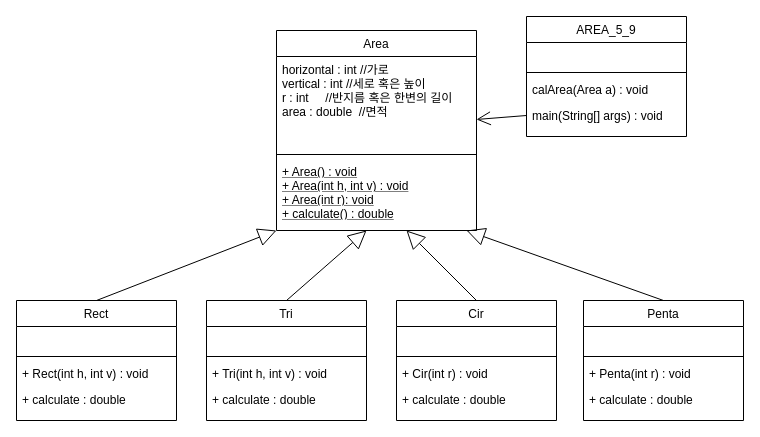
This is 5-9.drawio from skatld123/NSH, a draw.io file, before an edit. Source tidied: cells renumbered, new cells numbered last; positions are measured from the earlier drawing's top-left corner, leaving out a move shared by most shapes. Both pictures are drawn from the tidied source at 100%, with x=0, y=0 at pixel (16, 16).
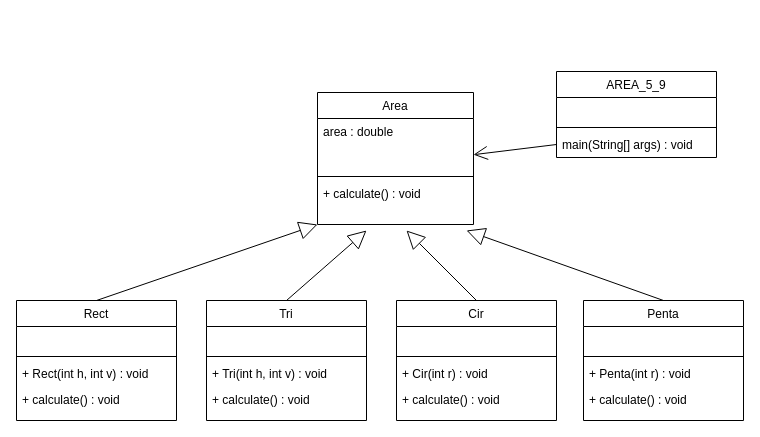
The same diagram, later.

Unchanged cells that the change refers to:
```xml
<mxCell id="9" value="Rect" style="swimlane;fontStyle=0;align=center;verticalAlign=top;horizontal=1;startSize=26;rounded=0;shadow=0;strokeWidth=1;" parent="1" vertex="1">
  <mxGeometry y="284" width="160" height="120" as="geometry" />
</mxCell>
<mxCell id="14" value="Penta" style="swimlane;fontStyle=0;align=center;verticalAlign=top;horizontal=1;startSize=26;rounded=0;shadow=0;strokeWidth=1;" parent="1" vertex="1">
  <mxGeometry x="567" y="284" width="160" height="120" as="geometry" />
</mxCell>
<mxCell id="19" value="Cir" style="swimlane;fontStyle=0;align=center;verticalAlign=top;horizontal=1;startSize=26;rounded=0;shadow=0;strokeWidth=1;" parent="1" vertex="1">
  <mxGeometry x="380" y="284" width="160" height="120" as="geometry" />
</mxCell>
<mxCell id="24" value="Tri" style="swimlane;fontStyle=0;align=center;verticalAlign=top;horizontal=1;startSize=26;rounded=0;shadow=0;strokeWidth=1;" parent="1" vertex="1">
  <mxGeometry x="190" y="284" width="160" height="120" as="geometry" />
</mxCell>
```

Change to the diagram source:
```diff
@@
     <mxCell id="2" value="Area" style="swimlane;fontStyle=0;align=center;verticalAlign=top;horizontal=1;startSize=26;rounded=0;shadow=0;strokeWidth=1;" parent="1" vertex="1">
-      <mxGeometry x="260" y="14" width="200" height="200" as="geometry" />
+      <mxGeometry x="301" y="76" width="156" height="132" as="geometry" />
     </mxCell>
-    <mxCell id="3" value="horizontal : int //가로&#10;vertical : int //세로 혹은 높이&#10;r : int     //반지름 혹은 한변의 길이&#10;area : double  //면적" style="text;align=left;verticalAlign=top;spacingLeft=4;spacingRight=4;overflow=hidden;points=[[0,0.5],[1,0.5]];portConstraint=eastwest;" parent="2" vertex="1">
-      <mxGeometry y="26" width="200" height="94" as="geometry" />
+    <mxCell id="3" value="area : double" style="text;align=left;verticalAlign=top;spacingLeft=4;spacingRight=4;overflow=hidden;points=[[0,0.5],[1,0.5]];portConstraint=eastwest;" parent="2" vertex="1">
+      <mxGeometry y="26" width="156" height="54" as="geometry" />
     </mxCell>
     <mxCell id="4" style="line;html=1;strokeWidth=1;align=left;verticalAlign=middle;spacingTop=-1;spacingLeft=3;spacingRight=3;labelPosition=right;" parent="2" vertex="1">
-      <mxGeometry y="120" width="200" height="8" as="geometry" />
+      <mxGeometry y="80" width="156" height="8" as="geometry" />
     </mxCell>
-    <mxCell id="5" value="+ Area() : void" style="text;align=left;verticalAlign=top;spacingLeft=4;spacingRight=4;overflow=hidden;fontStyle=4;" parent="2" vertex="1">
-      <mxGeometry y="128" width="200" height="14" as="geometry" />
-    </mxCell>
-    <mxCell id="6" value="+ Area(int h, int v) : void" style="text;align=left;verticalAlign=top;spacingLeft=4;spacingRight=4;overflow=hidden;fontStyle=4;" parent="2" vertex="1">
-      <mxGeometry y="142" width="200" height="14" as="geometry" />
-    </mxCell>
-    <mxCell id="7" value="+ Area(int r): void" style="text;align=left;verticalAlign=top;spacingLeft=4;spacingRight=4;overflow=hidden;fontStyle=4;" parent="2" vertex="1">
-      <mxGeometry y="156" width="200" height="14" as="geometry" />
-    </mxCell>
-    <mxCell id="8" value="+ calculate() : double" style="text;align=left;verticalAlign=top;spacingLeft=4;spacingRight=4;overflow=hidden;fontStyle=4;" parent="2" vertex="1">
-      <mxGeometry y="170" width="200" height="14" as="geometry" />
+    <mxCell id="8" value="+ calculate() : void" style="text;align=left;verticalAlign=top;spacingLeft=4;spacingRight=4;overflow=hidden;fontStyle=0;" parent="2" vertex="1">
+      <mxGeometry y="88" width="156" height="36" as="geometry" />
     </mxCell>
@@
-    <mxCell id="13" value="+ calculate : double" style="text;align=left;verticalAlign=top;spacingLeft=4;spacingRight=4;overflow=hidden;" parent="9" vertex="1">
+    <mxCell id="13" value="+ calculate() : void" style="text;align=left;verticalAlign=top;spacingLeft=4;spacingRight=4;overflow=hidden;" parent="9" vertex="1">
       <mxGeometry y="86" width="160" height="26" as="geometry" />
     </mxCell>
@@
-    <mxCell id="18" value="+ calculate : double" style="text;align=left;verticalAlign=top;spacingLeft=4;spacingRight=4;overflow=hidden;" parent="14" vertex="1">
+    <mxCell id="18" value="+ calculate() : void" style="text;align=left;verticalAlign=top;spacingLeft=4;spacingRight=4;overflow=hidden;" parent="14" vertex="1">
       <mxGeometry y="86" width="160" height="26" as="geometry" />
     </mxCell>
@@
-    <mxCell id="23" value="+ calculate : double" style="text;align=left;verticalAlign=top;spacingLeft=4;spacingRight=4;overflow=hidden;" parent="19" vertex="1">
+    <mxCell id="23" value="+ calculate() : void" style="text;align=left;verticalAlign=top;spacingLeft=4;spacingRight=4;overflow=hidden;" parent="19" vertex="1">
       <mxGeometry y="86" width="160" height="26" as="geometry" />
     </mxCell>
@@
-    <mxCell id="28" value="+ calculate : double" style="text;align=left;verticalAlign=top;spacingLeft=4;spacingRight=4;overflow=hidden;" parent="24" vertex="1">
+    <mxCell id="28" value="+ calculate() : void" style="text;align=left;verticalAlign=top;spacingLeft=4;spacingRight=4;overflow=hidden;" parent="24" vertex="1">
       <mxGeometry y="86" width="160" height="26" as="geometry" />
     </mxCell>
@@
     <mxCell id="33" value="AREA_5_9" style="swimlane;fontStyle=0;align=center;verticalAlign=top;horizontal=1;startSize=26;rounded=0;shadow=0;strokeWidth=1;" parent="1" vertex="1">
-      <mxGeometry x="510" width="160" height="120" as="geometry" />
+      <mxGeometry x="540" y="55" width="160" height="86" as="geometry" />
     </mxCell>
@@
-    <mxCell id="36" value="calArea(Area a) : void" style="text;align=left;verticalAlign=top;spacingLeft=4;spacingRight=4;overflow=hidden;" parent="33" vertex="1">
-      <mxGeometry y="60" width="160" height="26" as="geometry" />
-    </mxCell>
     <mxCell id="37" value="main(String[] args) : void" style="text;align=left;verticalAlign=top;spacingLeft=4;spacingRight=4;overflow=hidden;points=[[0,0.5],[1,0.5]];portConstraint=eastwest;" parent="33" vertex="1">
-      <mxGeometry y="86" width="160" height="26" as="geometry" />
+      <mxGeometry y="60" width="160" height="26" as="geometry" />
     </mxCell>
```
